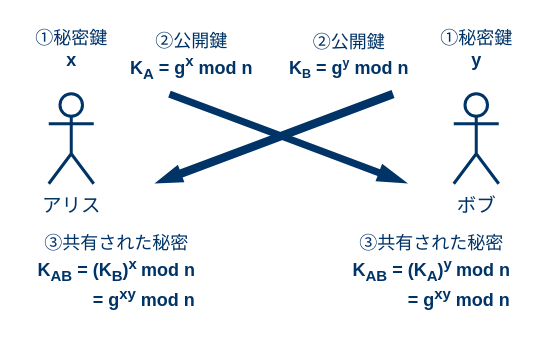
akakou-doc/pubkey-crypto keeps this draw.io diagram as img/8-dh-key-exchange.dio. Above is the earlier version. Source tidied: cells renumbered, new cells numbered last; positions are measured from the earlier drawing's top-left corner, leaving out a move shared by most shapes. Both pictures are drawn from the tidied source at 150%, with x=0, y=0 at pixel (26, 26).
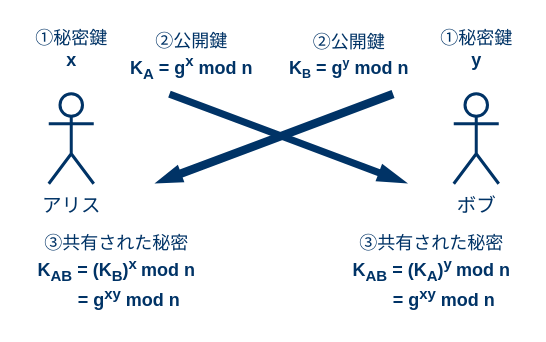
The same diagram, later.

Commit message (it also covers changes not shown here):
ずれを修正

The edit, as a diff of the source:
```diff
@@
 <mxGraphModel>
   <root>
     <mxCell id="0" />
     <mxCell id="1" parent="0" />
     <mxCell id="2" value="&lt;font color=&quot;#003366&quot; style=&quot;font-size: 13px&quot;&gt;アリス&lt;br&gt;&lt;/font&gt;" style="shape=umlActor;verticalLabelPosition=bottom;labelBackgroundColor=#ffffff;verticalAlign=top;html=1;strokeColor=#003366;strokeWidth=2;" parent="1" vertex="1">
       <mxGeometry x="15" y="45" width="30" height="60" as="geometry" />
     </mxCell>
     <mxCell id="3" value="&lt;font color=&quot;#003366&quot; style=&quot;font-size: 13px&quot;&gt;ボブ&lt;br&gt;&lt;/font&gt;" style="shape=umlActor;verticalLabelPosition=bottom;labelBackgroundColor=#ffffff;verticalAlign=top;html=1;strokeColor=#003366;strokeWidth=2;" parent="1" vertex="1">
       <mxGeometry x="285" y="45" width="30" height="60" as="geometry" />
     </mxCell>
     <mxCell id="4" style="shape=flexArrow;endArrow=classic;html=1;endWidth=5.8;endSize=6;fillColor=#003366;strokeColor=none;startSize=6;width=5.6;" parent="1" edge="1">
       <mxGeometry relative="1" as="geometry">
         <mxPoint x="245" y="45" as="sourcePoint" />
         <mxPoint x="85" y="105" as="targetPoint" />
       </mxGeometry>
     </mxCell>
     <mxCell id="5" style="shape=flexArrow;endArrow=classic;html=1;endWidth=6.733333333333333;endSize=6.6066666666666665;fillColor=#003366;strokeColor=none;startSize=6;width=4.8;" parent="1" edge="1">
       <mxGeometry relative="1" as="geometry">
         <mxPoint x="95" y="45" as="sourcePoint" />
         <mxPoint x="255" y="105" as="targetPoint" />
       </mxGeometry>
     </mxCell>
     <mxCell id="6" value="&lt;font color=&quot;#003366&quot;&gt;①秘密鍵&lt;br&gt;&lt;b&gt;y&lt;/b&gt;&lt;/font&gt;" style="text;html=1;align=center;verticalAlign=middle;" parent="1" vertex="1">
       <mxGeometry x="270" width="60" height="30" as="geometry" />
     </mxCell>
     <mxCell id="7" value="&lt;font color=&quot;#003366&quot;&gt;①秘密鍵&lt;br&gt;&lt;b&gt;x&lt;/b&gt;&lt;/font&gt;" style="text;html=1;align=center;verticalAlign=middle;" parent="1" vertex="1">
       <mxGeometry width="60" height="30" as="geometry" />
     </mxCell>
     <mxCell id="8" value="&lt;font color=&quot;#003366&quot;&gt;②公開鍵&lt;br&gt;&lt;b&gt;K&lt;sub&gt;A&lt;/sub&gt; = g&lt;sup&gt;x&lt;/sup&gt; mod n&lt;/b&gt;&lt;/font&gt;&lt;sup&gt;&lt;br&gt;&lt;/sup&gt;" style="text;html=1;align=center;verticalAlign=middle;" parent="1" vertex="1">
       <mxGeometry x="60" width="100" height="40" as="geometry" />
     </mxCell>
     <mxCell id="9" value="&lt;font color=&quot;#003366&quot;&gt;②公開鍵&lt;br&gt;&lt;b&gt;K&lt;span style=&quot;font-size: 10px&quot;&gt;&lt;sub&gt;B&lt;/sub&gt;&lt;/span&gt;&amp;nbsp;= g&lt;span style=&quot;font-size: 10px&quot;&gt;&lt;sup&gt;y&lt;/sup&gt;&lt;/span&gt;&amp;nbsp;mod n&lt;/b&gt;&lt;/font&gt;&lt;sup&gt;&lt;br&gt;&lt;/sup&gt;" style="text;html=1;align=center;verticalAlign=middle;" parent="1" vertex="1">
       <mxGeometry x="170" width="90" height="40" as="geometry" />
     </mxCell>
-    <mxCell id="10" value="&lt;font color=&quot;#003366&quot;&gt;③共有された秘密&lt;br&gt;&lt;b&gt;K&lt;sub&gt;AB&lt;/sub&gt;&amp;nbsp;= (K&lt;sub&gt;B&lt;/sub&gt;)&lt;sup&gt;x&lt;/sup&gt;&lt;span style=&quot;font-size: 10px&quot;&gt;&amp;nbsp;&lt;/span&gt;mod n&lt;br&gt;&amp;nbsp; &amp;nbsp; &amp;nbsp; &amp;nbsp; &amp;nbsp; &amp;nbsp;= g&lt;sup&gt;xy&lt;/sup&gt;&amp;nbsp;mod n&lt;/b&gt;&lt;/font&gt;&lt;sup&gt;&lt;br&gt;&lt;/sup&gt;" style="text;html=1;align=center;verticalAlign=middle;" parent="1" vertex="1">
+    <mxCell id="10" value="&lt;font color=&quot;#003366&quot;&gt;③共有された秘密&lt;br&gt;&lt;b&gt;K&lt;sub&gt;AB&lt;/sub&gt;&amp;nbsp;= (K&lt;sub&gt;B&lt;/sub&gt;)&lt;sup&gt;x&lt;/sup&gt;&lt;span style=&quot;font-size: 10px&quot;&gt;&amp;nbsp;&lt;/span&gt;mod n&lt;br&gt;&amp;nbsp; &amp;nbsp; &amp;nbsp;= g&lt;sup&gt;xy&lt;/sup&gt;&amp;nbsp;mod n&lt;/b&gt;&lt;/font&gt;&lt;sup&gt;&lt;br&gt;&lt;/sup&gt;" style="text;html=1;align=center;verticalAlign=middle;" parent="1" vertex="1">
       <mxGeometry y="134" width="120" height="60" as="geometry" />
     </mxCell>
-    <mxCell id="11" value="&lt;font color=&quot;#003366&quot;&gt;③共有された秘密&lt;br&gt;&lt;b&gt;K&lt;sub&gt;AB&lt;/sub&gt; = (K&lt;sub&gt;A&lt;/sub&gt;)&lt;sup&gt;y&lt;/sup&gt;&lt;span style=&quot;font-size: 10px&quot;&gt;&amp;nbsp;&lt;/span&gt;mod n&lt;br&gt;&amp;nbsp; &amp;nbsp; &amp;nbsp; &amp;nbsp; &amp;nbsp; &amp;nbsp;= g&lt;sup&gt;xy&lt;/sup&gt;&amp;nbsp;mod n&lt;/b&gt;&lt;/font&gt;&lt;sup&gt;&lt;br&gt;&lt;/sup&gt;" style="text;html=1;align=center;verticalAlign=middle;" parent="1" vertex="1">
+    <mxCell id="11" value="&lt;font color=&quot;#003366&quot;&gt;③共有された秘密&lt;br&gt;&lt;b&gt;K&lt;sub&gt;AB&lt;/sub&gt; = (K&lt;sub&gt;A&lt;/sub&gt;)&lt;sup&gt;y&lt;/sup&gt;&lt;span style=&quot;font-size: 10px&quot;&gt;&amp;nbsp;&lt;/span&gt;mod n&lt;br&gt;&amp;nbsp; &amp;nbsp; &amp;nbsp;= g&lt;sup&gt;xy&lt;/sup&gt;&amp;nbsp;mod n&lt;/b&gt;&lt;/font&gt;&lt;sup&gt;&lt;br&gt;&lt;/sup&gt;" style="text;html=1;align=center;verticalAlign=middle;" parent="1" vertex="1">
       <mxGeometry x="210" y="134" width="120" height="60" as="geometry" />
     </mxCell>
   </root>
 </mxGraphModel>
```
